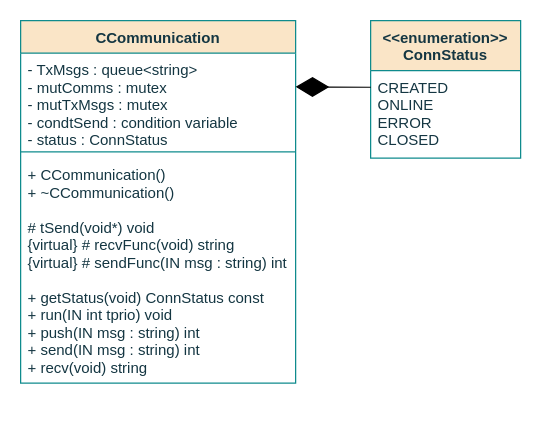
Earlier version of the draw.io diagram page "CComunication" (1 of 9) of documentation/flowcharts/Classes/CCommunication.drawio (ESRGgroup9/slipad). Source tidied: cells renumbered, new cells numbered last; positions are measured from the earlier drawing's top-left corner, leaving out a move shared by most shapes. Both pictures are drawn from the tidied source at 125%, with x=0, y=0 at pixel (20, 20).
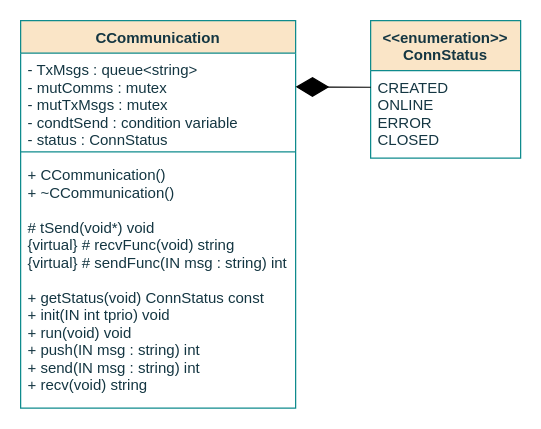
The same page after the edit.

The edit, as a diff of the source:
```diff
@@
 <mxGraphModel>
   <root>
     <mxCell id="0" />
     <mxCell id="1" parent="0" />
     <mxCell id="2" value="CCommunication" style="swimlane;fontStyle=1;align=center;verticalAlign=top;horizontal=1;startSize=26;fillColor=#FAE5C7;strokeColor=#0F8B8D;fontColor=#143642;" parent="1" vertex="1">
-      <mxGeometry width="220" height="290" as="geometry" />
+      <mxGeometry width="220" height="310" as="geometry" />
     </mxCell>
     <mxCell id="3" value="- TxMsgs : queue&lt;string&gt;&#10;-  mutComms : mutex&#10;-  mutTxMsgs : mutex&#10;- condtSend : condition variable&#10;- status : ConnStatus&#10;&#10;&#10;&#10;&#10;&#10;&#10;" style="text;strokeColor=none;fillColor=none;align=left;verticalAlign=top;spacingLeft=4;spacingRight=4;overflow=hidden;fontColor=#143642;" parent="2" vertex="1">
       <mxGeometry y="26" width="220" height="74" as="geometry" />
     </mxCell>
     <mxCell id="4" style="line;strokeWidth=1;fillColor=none;align=left;verticalAlign=middle;spacingTop=-1;spacingLeft=3;spacingRight=3;labelPosition=right;labelBackgroundColor=#DAD2D8;strokeColor=#0F8B8D;fontColor=#143642;" parent="2" vertex="1">
       <mxGeometry y="100" width="220" height="10" as="geometry" />
     </mxCell>
-    <mxCell id="5" value="+ CCommunication()&#10;+ ~CCommunication()&#10;&#10;# tSend(void*) void&#10;{virtual} # recvFunc(void) string&#10;{virtual} # sendFunc(IN msg : string) int&#10;&#10;+ getStatus(void) ConnStatus const&#10;+ run(IN int tprio) void&#10;+ push(IN msg : string) int&#10;+ send(IN msg : string) int&#10;+ recv(void) string&#10;" style="text;strokeColor=none;fillColor=none;align=left;verticalAlign=top;spacingLeft=4;spacingRight=4;overflow=hidden;fontColor=#143642;" parent="2" vertex="1">
-      <mxGeometry y="110" width="220" height="180" as="geometry" />
+    <mxCell id="5" value="+ CCommunication()&#10;+ ~CCommunication()&#10;&#10;# tSend(void*) void&#10;{virtual} # recvFunc(void) string&#10;{virtual} # sendFunc(IN msg : string) int&#10;&#10;+ getStatus(void) ConnStatus const&#10;+ init(IN int tprio) void&#10;+ run(void) void&#10;+ push(IN msg : string) int&#10;+ send(IN msg : string) int&#10;+ recv(void) string&#10;" style="text;strokeColor=none;fillColor=none;align=left;verticalAlign=top;spacingLeft=4;spacingRight=4;overflow=hidden;fontColor=#143642;" parent="2" vertex="1">
+      <mxGeometry y="110" width="220" height="200" as="geometry" />
     </mxCell>
     <mxCell id="6" value="&lt;&lt;enumeration&gt;&gt;&#10;ConnStatus&#10;" style="swimlane;fontStyle=1;align=center;verticalAlign=top;horizontal=1;startSize=40;fillColor=#FAE5C7;strokeColor=#0F8B8D;fontColor=#143642;" parent="1" vertex="1">
       <mxGeometry x="280" width="120" height="110" as="geometry" />
     </mxCell>
     <mxCell id="7" value="CREATED&#10;ONLINE&#10;ERROR&#10;CLOSED&#10;" style="text;strokeColor=none;fillColor=none;align=left;verticalAlign=top;spacingLeft=4;spacingRight=4;overflow=hidden;points=[[0,0.5],[1,0.5]];portConstraint=eastwest;fontColor=#143642;" parent="6" vertex="1">
       <mxGeometry y="40" width="120" height="70" as="geometry" />
     </mxCell>
     <mxCell id="8" style="endArrow=diamondThin;endFill=1;endSize=24;html=1;rounded=0;exitX=0.001;exitY=0.19;exitDx=0;exitDy=0;exitPerimeter=0;" parent="1" edge="1" source="7">
       <mxGeometry relative="1" as="geometry">
         <mxPoint x="220" y="53" as="targetPoint" />
         <Array as="points">
           <mxPoint x="220" y="53" />
         </Array>
       </mxGeometry>
     </mxCell>
   </root>
 </mxGraphModel>
```
